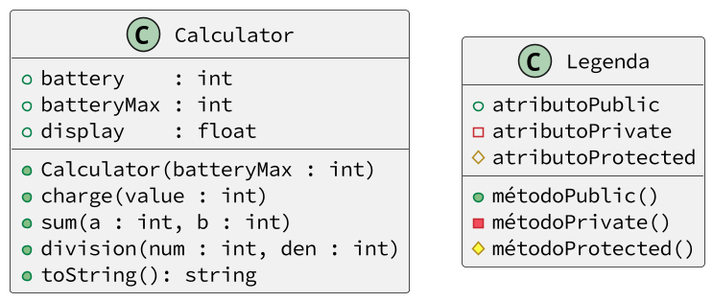
This is base/calculadora/diagrama.png from qxcodepoo/arcade, a PlantUML export, as it was before one commit.
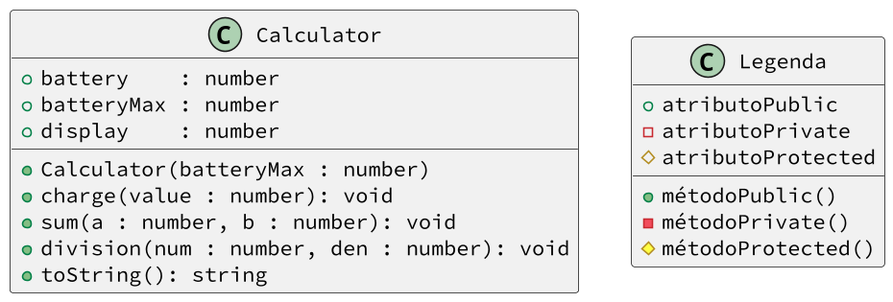
Later version of the same file.

What changed in the source:
```diff
@@ -1,15 +1,15 @@
 @startuml
-skinparam defaultFontName Hasklig
+skinparam defaultFontName "Source Code Pro"
 skinparam dpi 150
 class Calculator {
-  + battery    : int
-  + batteryMax : int
-  + display    : float
+  + battery    : number
+  + batteryMax : number
+  + display    : number
   __
-  + Calculator(batteryMax : int)
-  + charge(value : int)
-  + sum(a : int, b : int)
-  + division(num : int, den : int)
+  + Calculator(batteryMax : number)
+  + charge(value : number): void
+  + sum(a : number, b : number): void
+  + division(num : number, den : number): void
   + toString(): string
 }
 class Legenda {
```
